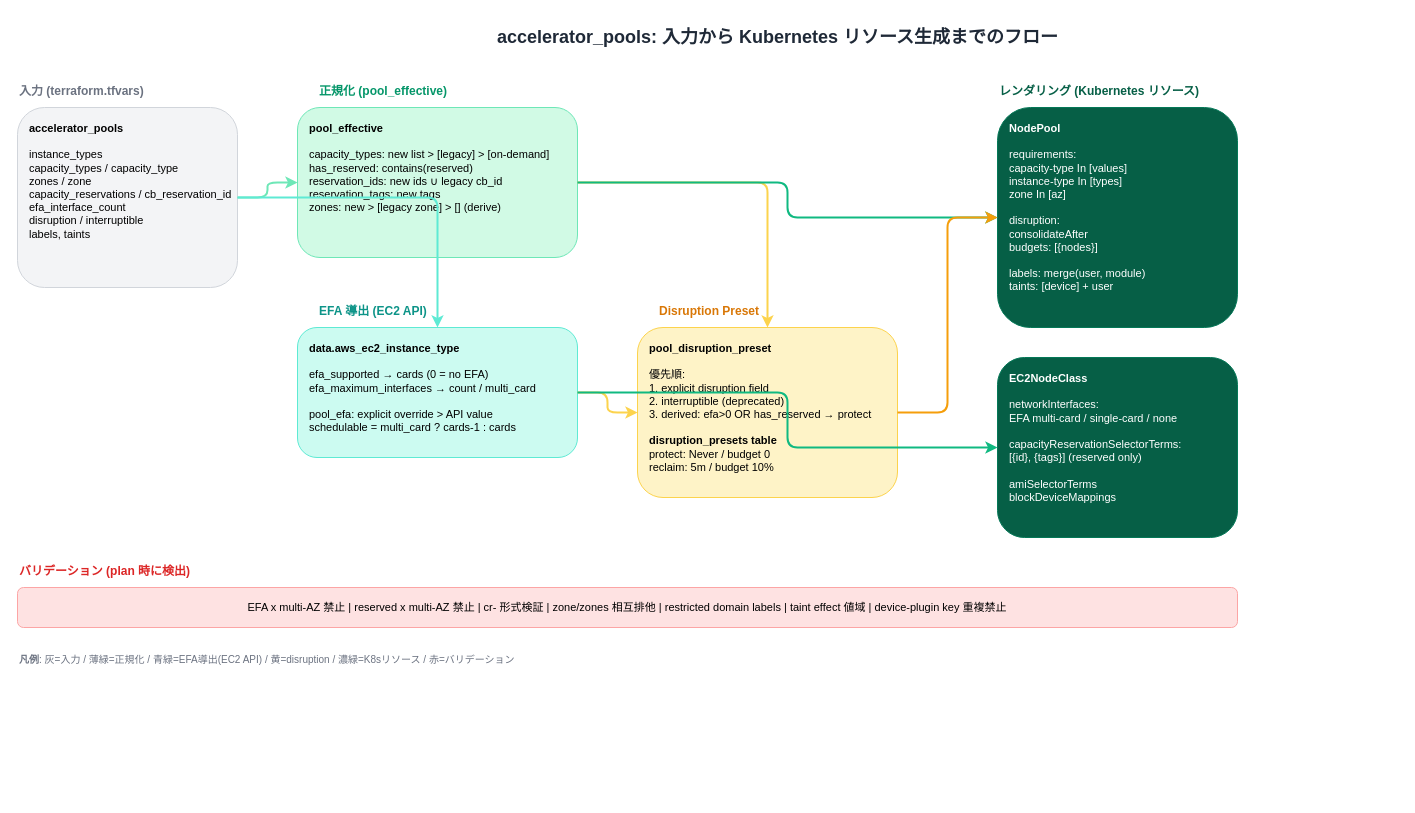
The draw.io diagram diagrams/books/eks-distributed-ai/accelerator-pools-logic.drawio in littlemex/zenn, before the edit. Source tidied: cells renumbered, new cells numbered last; positions are measured from the earlier drawing's top-left corner, leaving out a move shared by most shapes. Both pictures are drawn from the tidied source at 100%, with x=0, y=0 at pixel (17, 17).
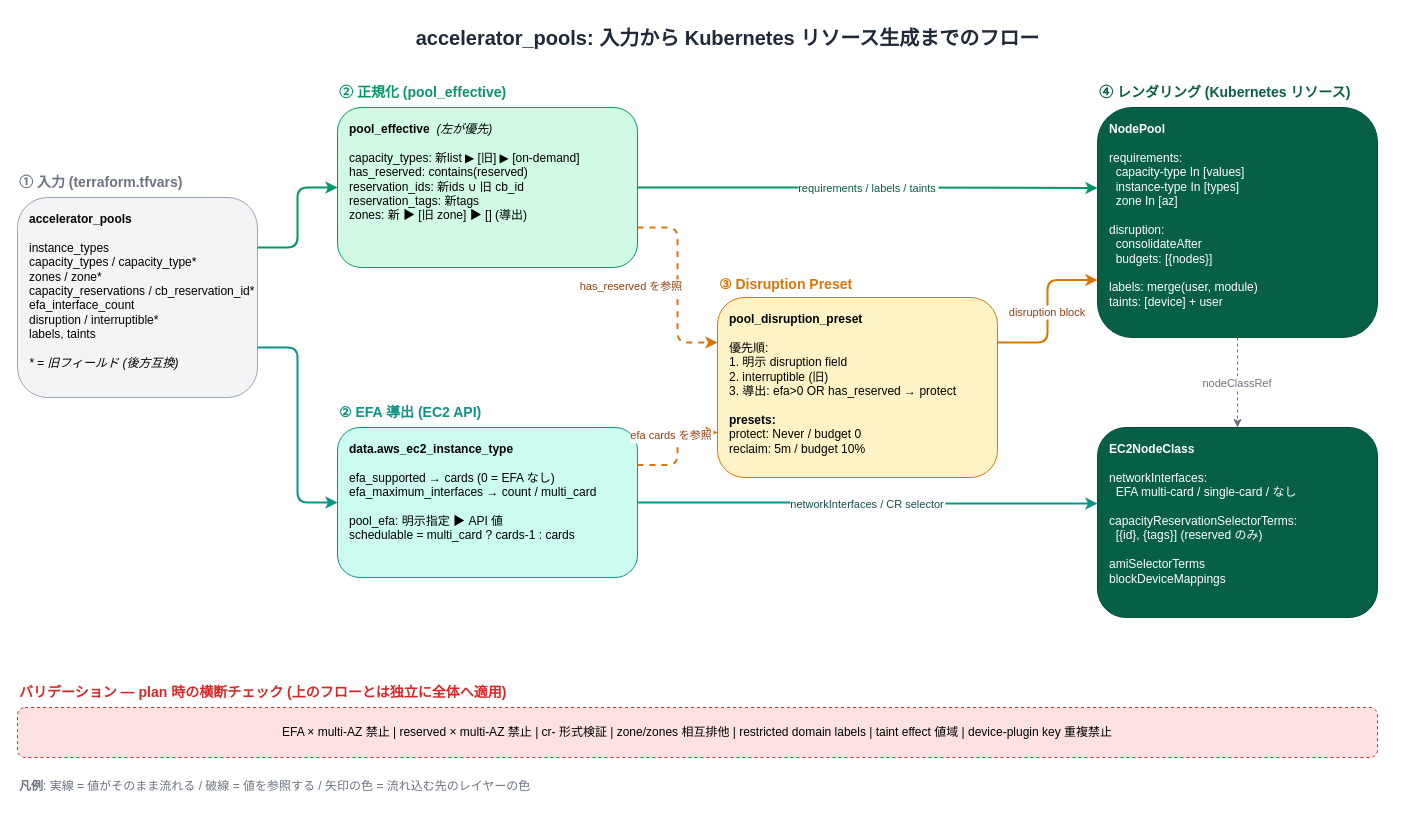
After the change.

Commit message (it also covers changes not shown here):
blog(eks): add the book intro article; fix arrows routing through boxes in the Basic04 flow diagram

Diff of the diagram source:
```diff
@@
-    <mxCell id="2" value="accelerator_pools: 入力から Kubernetes リソース生成までのフロー" style="text;html=1;align=center;verticalAlign=middle;fontSize=18;fontStyle=1;fontColor=#1F2937;" parent="1" vertex="1">
-      <mxGeometry x="360" width="800" height="40" as="geometry" />
+    <mxCell id="2" value="accelerator_pools: 入力から Kubernetes リソース生成までのフロー" style="text;html=1;align=center;verticalAlign=middle;fontSize=20;fontStyle=1;fontColor=#1F2937;" parent="1" vertex="1">
+      <mxGeometry x="260" width="900" height="40" as="geometry" />
     </mxCell>
-    <mxCell id="3" value="入力 (terraform.tfvars)" style="text;html=1;align=left;fontSize=12;fontStyle=1;fontColor=#6B7280;" parent="1" vertex="1">
-      <mxGeometry y="60" width="200" height="20" as="geometry" />
+    <mxCell id="3" value="① 入力 (terraform.tfvars)" style="text;html=1;align=left;fontSize=14;fontStyle=1;fontColor=#6B7280;" parent="1" vertex="1">
+      <mxGeometry y="150" width="240" height="24" as="geometry" />
     </mxCell>
-    <mxCell id="4" value="&lt;b&gt;accelerator_pools&lt;/b&gt;&lt;br&gt;&lt;br&gt;instance_types&lt;br&gt;capacity_types / capacity_type&lt;br&gt;zones / zone&lt;br&gt;capacity_reservations / cb_reservation_id&lt;br&gt;efa_interface_count&lt;br&gt;disruption / interruptible&lt;br&gt;labels, taints" style="rounded=1;whiteSpace=wrap;html=1;fillColor=#F3F4F6;strokeColor=#D1D5DB;fontSize=11;align=left;spacingLeft=10;verticalAlign=top;spacingTop=8;" parent="1" vertex="1">
-      <mxGeometry y="90" width="220" height="180" as="geometry" />
+    <mxCell id="4" value="&lt;b&gt;accelerator_pools&lt;/b&gt;&lt;br&gt;&lt;br&gt;instance_types&lt;br&gt;capacity_types / capacity_type*&lt;br&gt;zones / zone*&lt;br&gt;capacity_reservations / cb_reservation_id*&lt;br&gt;efa_interface_count&lt;br&gt;disruption / interruptible*&lt;br&gt;labels, taints&lt;br&gt;&lt;br&gt;&lt;i&gt;* = 旧フィールド (後方互換)&lt;/i&gt;" style="rounded=1;whiteSpace=wrap;html=1;fillColor=#F3F4F6;strokeColor=#9CA3AF;fontSize=12;align=left;spacingLeft=10;verticalAlign=top;spacingTop=8;" parent="1" vertex="1">
+      <mxGeometry y="180" width="240" height="200" as="geometry" />
     </mxCell>
-    <mxCell id="5" value="正規化 (pool_effective)" style="text;html=1;align=left;fontSize=12;fontStyle=1;fontColor=#059669;" parent="1" vertex="1">
-      <mxGeometry x="300" y="60" width="200" height="20" as="geometry" />
+    <mxCell id="5" value="② 正規化 (pool_effective)" style="text;html=1;align=left;fontSize=14;fontStyle=1;fontColor=#059669;" parent="1" vertex="1">
+      <mxGeometry x="320" y="60" width="300" height="24" as="geometry" />
     </mxCell>
-    <mxCell id="6" value="&lt;b&gt;pool_effective&lt;/b&gt;&lt;br&gt;&lt;br&gt;capacity_types: new list &gt; [legacy] &gt; [on-demand]&lt;br&gt;has_reserved: contains(reserved)&lt;br&gt;reservation_ids: new ids ∪ legacy cb_id&lt;br&gt;reservation_tags: new tags&lt;br&gt;zones: new &gt; [legacy zone] &gt; [] (derive)" style="rounded=1;whiteSpace=wrap;html=1;fillColor=#D1FAE5;strokeColor=#6EE7B7;fontSize=11;align=left;spacingLeft=10;verticalAlign=top;spacingTop=8;" parent="1" vertex="1">
-      <mxGeometry x="280" y="90" width="280" height="150" as="geometry" />
+    <mxCell id="6" value="&lt;b&gt;pool_effective&lt;/b&gt;&amp;nbsp;&amp;nbsp;&lt;i&gt;(左が優先)&lt;/i&gt;&lt;br&gt;&lt;br&gt;capacity_types: 新list ▶ [旧] ▶ [on-demand]&lt;br&gt;has_reserved: contains(reserved)&lt;br&gt;reservation_ids: 新ids ∪ 旧 cb_id&lt;br&gt;reservation_tags: 新tags&lt;br&gt;zones: 新 ▶ [旧 zone] ▶ [] (導出)" style="rounded=1;whiteSpace=wrap;html=1;fillColor=#D1FAE5;strokeColor=#059669;fontSize=12;align=left;spacingLeft=10;verticalAlign=top;spacingTop=8;" parent="1" vertex="1">
+      <mxGeometry x="320" y="90" width="300" height="160" as="geometry" />
     </mxCell>
-    <mxCell id="7" style="edgeStyle=orthogonalEdgeStyle;rounded=1;strokeWidth=2;strokeColor=#6EE7B7;" parent="1" edge="1" source="4" target="6">
-      <mxGeometry relative="1" as="geometry" />
-    </mxCell>
-    <mxCell id="8" value="EFA 導出 (EC2 API)" style="text;html=1;align=left;fontSize=12;fontStyle=1;fontColor=#0D9488;" parent="1" vertex="1">
-      <mxGeometry x="300" y="280" width="200" height="20" as="geometry" />
+    <mxCell id="8" value="② EFA 導出 (EC2 API)" style="text;html=1;align=left;fontSize=14;fontStyle=1;fontColor=#0D9488;" parent="1" vertex="1">
+      <mxGeometry x="320" y="380" width="300" height="24" as="geometry" />
     </mxCell>
-    <mxCell id="9" value="&lt;b&gt;data.aws_ec2_instance_type&lt;/b&gt;&lt;br&gt;&lt;br&gt;efa_supported → cards (0 = no EFA)&lt;br&gt;efa_maximum_interfaces → count / multi_card&lt;br&gt;&lt;br&gt;pool_efa: explicit override &gt; API value&lt;br&gt;schedulable = multi_card ? cards-1 : cards" style="rounded=1;whiteSpace=wrap;html=1;fillColor=#CCFBF1;strokeColor=#5EEAD4;fontSize=11;align=left;spacingLeft=10;verticalAlign=top;spacingTop=8;" parent="1" vertex="1">
-      <mxGeometry x="280" y="310" width="280" height="130" as="geometry" />
+    <mxCell id="9" value="&lt;b&gt;data.aws_ec2_instance_type&lt;/b&gt;&lt;br&gt;&lt;br&gt;efa_supported → cards (0 = EFA なし)&lt;br&gt;efa_maximum_interfaces → count / multi_card&lt;br&gt;&lt;br&gt;pool_efa: 明示指定 ▶ API 値&lt;br&gt;schedulable = multi_card ? cards-1 : cards" style="rounded=1;whiteSpace=wrap;html=1;fillColor=#CCFBF1;strokeColor=#0D9488;fontSize=12;align=left;spacingLeft=10;verticalAlign=top;spacingTop=8;" parent="1" vertex="1">
+      <mxGeometry x="320" y="410" width="300" height="150" as="geometry" />
     </mxCell>
-    <mxCell id="10" style="edgeStyle=orthogonalEdgeStyle;rounded=1;strokeWidth=2;strokeColor=#5EEAD4;" parent="1" edge="1" source="4" target="9">
-      <mxGeometry relative="1" as="geometry" />
-    </mxCell>
-    <mxCell id="11" value="Disruption Preset" style="text;html=1;align=left;fontSize=12;fontStyle=1;fontColor=#D97706;" parent="1" vertex="1">
-      <mxGeometry x="640" y="280" width="200" height="20" as="geometry" />
+    <mxCell id="11" value="③ Disruption Preset" style="text;html=1;align=left;fontSize=14;fontStyle=1;fontColor=#D97706;" parent="1" vertex="1">
+      <mxGeometry x="700" y="252" width="280" height="24" as="geometry" />
     </mxCell>
-    <mxCell id="12" value="&lt;b&gt;pool_disruption_preset&lt;/b&gt;&lt;br&gt;&lt;br&gt;優先順:&lt;br&gt;1. explicit disruption field&lt;br&gt;2. interruptible (deprecated)&lt;br&gt;3. derived: efa&gt;0 OR has_reserved → protect&lt;br&gt;&lt;br&gt;&lt;b&gt;disruption_presets table&lt;/b&gt;&lt;br&gt;protect: Never / budget 0&lt;br&gt;reclaim: 5m / budget 10%" style="rounded=1;whiteSpace=wrap;html=1;fillColor=#FEF3C7;strokeColor=#FCD34D;fontSize=11;align=left;spacingLeft=10;verticalAlign=top;spacingTop=8;" parent="1" vertex="1">
-      <mxGeometry x="620" y="310" width="260" height="170" as="geometry" />
+    <mxCell id="12" value="&lt;b&gt;pool_disruption_preset&lt;/b&gt;&lt;br&gt;&lt;br&gt;優先順:&lt;br&gt;1. 明示 disruption field&lt;br&gt;2. interruptible (旧)&lt;br&gt;3. 導出: efa&gt;0 OR has_reserved → protect&lt;br&gt;&lt;br&gt;&lt;b&gt;presets:&lt;/b&gt;&lt;br&gt;protect: Never / budget 0&lt;br&gt;reclaim: 5m / budget 10%" style="rounded=1;whiteSpace=wrap;html=1;fillColor=#FEF3C7;strokeColor=#D97706;fontSize=12;align=left;spacingLeft=10;verticalAlign=top;spacingTop=8;" parent="1" vertex="1">
+      <mxGeometry x="700" y="280" width="280" height="180" as="geometry" />
     </mxCell>
-    <mxCell id="13" style="edgeStyle=orthogonalEdgeStyle;rounded=1;strokeWidth=2;strokeColor=#FCD34D;" parent="1" edge="1" source="6" target="12">
-      <mxGeometry relative="1" as="geometry" />
-    </mxCell>
-    <mxCell id="14" style="edgeStyle=orthogonalEdgeStyle;rounded=1;strokeWidth=2;strokeColor=#FCD34D;" parent="1" edge="1" source="9" target="12">
-      <mxGeometry relative="1" as="geometry" />
-    </mxCell>
-    <mxCell id="15" value="レンダリング (Kubernetes リソース)" style="text;html=1;align=left;fontSize=12;fontStyle=1;fontColor=#065F46;" parent="1" vertex="1">
-      <mxGeometry x="980" y="60" width="280" height="20" as="geometry" />
+    <mxCell id="15" value="④ レンダリング (Kubernetes リソース)" style="text;html=1;align=left;fontSize=14;fontStyle=1;fontColor=#065F46;" parent="1" vertex="1">
+      <mxGeometry x="1080" y="60" width="300" height="24" as="geometry" />
     </mxCell>
-    <mxCell id="16" value="&lt;b&gt;NodePool&lt;/b&gt;&lt;br&gt;&lt;br&gt;requirements:&lt;br&gt;  capacity-type In [values]&lt;br&gt;  instance-type In [types]&lt;br&gt;  zone In [az]&lt;br&gt;&lt;br&gt;disruption:&lt;br&gt;  consolidateAfter&lt;br&gt;  budgets: [{nodes}]&lt;br&gt;&lt;br&gt;labels: merge(user, module)&lt;br&gt;taints: [device] + user" style="rounded=1;whiteSpace=wrap;html=1;fillColor=#065F46;strokeColor=#047857;fontColor=#FFFFFF;fontSize=11;align=left;spacingLeft=10;verticalAlign=top;spacingTop=8;" parent="1" vertex="1">
-      <mxGeometry x="980" y="90" width="240" height="220" as="geometry" />
+    <mxCell id="16" value="&lt;b&gt;NodePool&lt;/b&gt;&lt;br&gt;&lt;br&gt;requirements:&lt;br&gt;&amp;nbsp;&amp;nbsp;capacity-type In [values]&lt;br&gt;&amp;nbsp;&amp;nbsp;instance-type In [types]&lt;br&gt;&amp;nbsp;&amp;nbsp;zone In [az]&lt;br&gt;&lt;br&gt;disruption:&lt;br&gt;&amp;nbsp;&amp;nbsp;consolidateAfter&lt;br&gt;&amp;nbsp;&amp;nbsp;budgets: [{nodes}]&lt;br&gt;&lt;br&gt;labels: merge(user, module)&lt;br&gt;taints: [device] + user" style="rounded=1;whiteSpace=wrap;html=1;fillColor=#065F46;strokeColor=#064E3B;fontColor=#FFFFFF;fontSize=12;align=left;spacingLeft=10;verticalAlign=top;spacingTop=8;" parent="1" vertex="1">
+      <mxGeometry x="1080" y="90" width="280" height="230" as="geometry" />
     </mxCell>
-    <mxCell id="17" value="&lt;b&gt;EC2NodeClass&lt;/b&gt;&lt;br&gt;&lt;br&gt;networkInterfaces:&lt;br&gt;  EFA multi-card / single-card / none&lt;br&gt;&lt;br&gt;capacityReservationSelectorTerms:&lt;br&gt;  [{id}, {tags}] (reserved only)&lt;br&gt;&lt;br&gt;amiSelectorTerms&lt;br&gt;blockDeviceMappings" style="rounded=1;whiteSpace=wrap;html=1;fillColor=#065F46;strokeColor=#047857;fontColor=#FFFFFF;fontSize=11;align=left;spacingLeft=10;verticalAlign=top;spacingTop=8;" parent="1" vertex="1">
-      <mxGeometry x="980" y="340" width="240" height="180" as="geometry" />
+    <mxCell id="17" value="&lt;b&gt;EC2NodeClass&lt;/b&gt;&lt;br&gt;&lt;br&gt;networkInterfaces:&lt;br&gt;&amp;nbsp;&amp;nbsp;EFA multi-card / single-card / なし&lt;br&gt;&lt;br&gt;capacityReservationSelectorTerms:&lt;br&gt;&amp;nbsp;&amp;nbsp;[{id}, {tags}] (reserved のみ)&lt;br&gt;&lt;br&gt;amiSelectorTerms&lt;br&gt;blockDeviceMappings" style="rounded=1;whiteSpace=wrap;html=1;fillColor=#065F46;strokeColor=#064E3B;fontColor=#FFFFFF;fontSize=12;align=left;spacingLeft=10;verticalAlign=top;spacingTop=8;" parent="1" vertex="1">
+      <mxGeometry x="1080" y="410" width="280" height="190" as="geometry" />
     </mxCell>
+    <mxCell id="7" style="edgeStyle=orthogonalEdgeStyle;rounded=1;strokeWidth=2;strokeColor=#059669;exitX=1;exitY=0.25;exitDx=0;exitDy=0;entryX=0;entryY=0.5;entryDx=0;entryDy=0;" parent="1" edge="1" source="4" target="6">
+      <mxGeometry relative="1" as="geometry" />
+    </mxCell>
+    <mxCell id="10" style="edgeStyle=orthogonalEdgeStyle;rounded=1;strokeWidth=2;strokeColor=#0D9488;exitX=1;exitY=0.75;exitDx=0;exitDy=0;entryX=0;entryY=0.5;entryDx=0;entryDy=0;" parent="1" edge="1" source="4" target="9">
+      <mxGeometry relative="1" as="geometry" />
+    </mxCell>
+    <mxCell id="13" value="has_reserved を参照" style="edgeStyle=orthogonalEdgeStyle;rounded=1;strokeWidth=2;strokeColor=#D97706;dashed=1;fontSize=11;fontColor=#92400E;labelBackgroundColor=#FFFFFF;exitX=1;exitY=0.75;exitDx=0;exitDy=0;entryX=0;entryY=0.25;entryDx=0;entryDy=0;" parent="1" edge="1" source="6" target="12">
+      <mxGeometry relative="1" as="geometry">
+        <mxPoint x="-46" as="offset" />
+      </mxGeometry>
+    </mxCell>
+    <mxCell id="14" value="efa cards を参照" style="edgeStyle=orthogonalEdgeStyle;rounded=1;strokeWidth=2;strokeColor=#D97706;dashed=1;fontSize=11;fontColor=#92400E;labelBackgroundColor=#FFFFFF;exitX=1;exitY=0.25;exitDx=0;exitDy=0;entryX=0;entryY=0.75;entryDx=0;entryDy=0;" parent="1" edge="1" source="9" target="12">
+      <mxGeometry relative="1" as="geometry">
+        <mxPoint x="-6" y="-14" as="offset" />
+      </mxGeometry>
+    </mxCell>
-    <mxCell id="18" style="edgeStyle=orthogonalEdgeStyle;rounded=1;strokeWidth=2;strokeColor=#10B981;" parent="1" edge="1" source="6" target="16">
+    <mxCell id="18" value="requirements / labels / taints" style="edgeStyle=orthogonalEdgeStyle;rounded=1;strokeWidth=2;strokeColor=#059669;fontSize=11;fontColor=#065F46;labelBackgroundColor=#FFFFFF;exitX=1;exitY=0.5;exitDx=0;exitDy=0;entryX=0;entryY=0.35;entryDx=0;entryDy=0;" parent="1" edge="1" source="6" target="16">
       <mxGeometry relative="1" as="geometry" />
     </mxCell>
-    <mxCell id="19" style="edgeStyle=orthogonalEdgeStyle;rounded=1;strokeWidth=2;strokeColor=#10B981;" parent="1" edge="1" source="9" target="17">
+    <mxCell id="19" value="networkInterfaces / CR selector" style="edgeStyle=orthogonalEdgeStyle;rounded=1;strokeWidth=2;strokeColor=#0D9488;fontSize=11;fontColor=#134E4A;labelBackgroundColor=#FFFFFF;exitX=1;exitY=0.5;exitDx=0;exitDy=0;entryX=0;entryY=0.4;entryDx=0;entryDy=0;" parent="1" edge="1" source="9" target="17">
       <mxGeometry relative="1" as="geometry" />
     </mxCell>
-    <mxCell id="20" style="edgeStyle=orthogonalEdgeStyle;rounded=1;strokeWidth=2;strokeColor=#F59E0B;" parent="1" edge="1" source="12" target="16">
+    <mxCell id="20" value="disruption block" style="edgeStyle=orthogonalEdgeStyle;rounded=1;strokeWidth=2;strokeColor=#D97706;fontSize=11;fontColor=#92400E;labelBackgroundColor=#FFFFFF;exitX=1;exitY=0.25;exitDx=0;exitDy=0;entryX=0;entryY=0.75;entryDx=0;entryDy=0;" parent="1" edge="1" source="12" target="16">
       <mxGeometry relative="1" as="geometry" />
     </mxCell>
+    <mxCell id="24" value="nodeClassRef" style="edgeStyle=orthogonalEdgeStyle;rounded=1;strokeWidth=1;strokeColor=#6B7280;dashed=1;fontSize=11;fontColor=#6B7280;labelBackgroundColor=#FFFFFF;exitX=0.5;exitY=1;exitDx=0;exitDy=0;entryX=0.5;entryY=0;entryDx=0;entryDy=0;" parent="1" edge="1" source="16" target="17">
+      <mxGeometry relative="1" as="geometry" />
+    </mxCell>
-    <mxCell id="21" value="バリデーション (plan 時に検出)" style="text;html=1;align=left;fontSize=12;fontStyle=1;fontColor=#DC2626;" parent="1" vertex="1">
-      <mxGeometry y="540" width="300" height="20" as="geometry" />
+    <mxCell id="21" value="バリデーション — plan 時の横断チェック (上のフローとは独立に全体へ適用)" style="text;html=1;align=left;fontSize=14;fontStyle=1;fontColor=#DC2626;" parent="1" vertex="1">
+      <mxGeometry y="660" width="700" height="24" as="geometry" />
     </mxCell>
-    <mxCell id="22" value="EFA x multi-AZ 禁止  |  reserved x multi-AZ 禁止  |  cr- 形式検証  |  zone/zones 相互排他  |  restricted domain labels  |  taint effect 値域  |  device-plugin key 重複禁止" style="rounded=1;whiteSpace=wrap;html=1;fillColor=#FEE2E2;strokeColor=#FCA5A5;fontSize=11;align=center;" parent="1" vertex="1">
-      <mxGeometry y="570" width="1220" height="40" as="geometry" />
+    <mxCell id="22" value="EFA × multi-AZ 禁止  |  reserved × multi-AZ 禁止  |  cr- 形式検証  |  zone/zones 相互排他  |  restricted domain labels  |  taint effect 値域  |  device-plugin key 重複禁止" style="rounded=1;whiteSpace=wrap;html=1;fillColor=#FEE2E2;strokeColor=#DC2626;dashed=1;fontSize=12;align=center;" parent="1" vertex="1">
+      <mxGeometry y="690" width="1360" height="50" as="geometry" />
     </mxCell>
-    <mxCell id="23" value="&lt;b&gt;凡例&lt;/b&gt;: 灰=入力 / 薄緑=正規化 / 青緑=EFA導出(EC2 API) / 黄=disruption / 濃緑=K8sリソース / 赤=バリデーション" style="text;html=1;align=left;fontSize=10;fontColor=#6B7280;" parent="1" vertex="1">
-      <mxGeometry y="630" width="800" height="20" as="geometry" />
+    <mxCell id="23" value="&lt;b&gt;凡例&lt;/b&gt;: 実線 = 値がそのまま流れる / 破線 = 値を参照する / 矢印の色 = 流れ込む先のレイヤーの色" style="text;html=1;align=left;fontSize=12;fontColor=#6B7280;" parent="1" vertex="1">
+      <mxGeometry y="755" width="900" height="24" as="geometry" />
     </mxCell>
```
